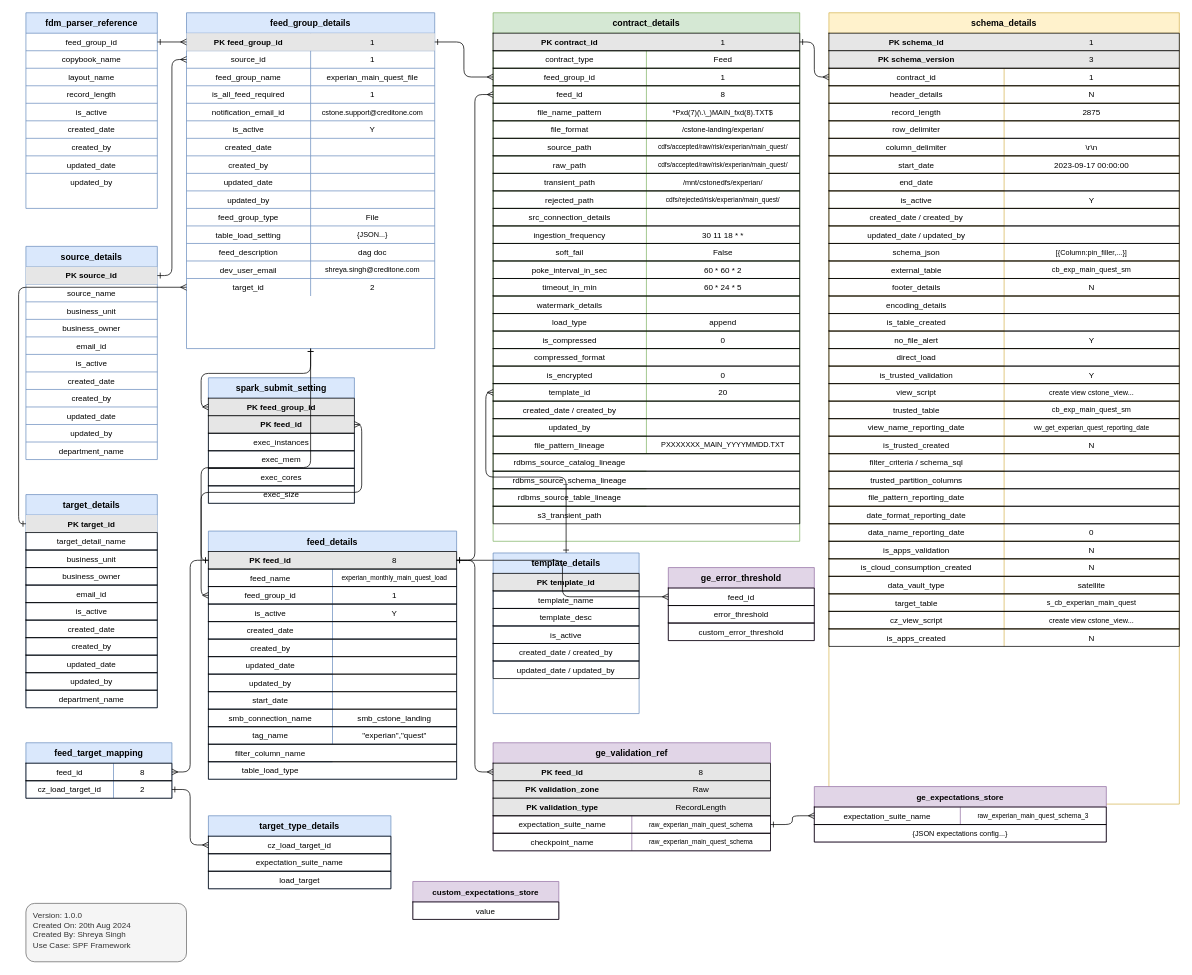
This is spf_framework_erd.drawio from yuv4r4j/feast_patch, a draw.io file, before an edit. Source tidied: cells renumbered, new cells numbered last; positions are measured from the earlier drawing's top-left corner, leaving out a move shared by most shapes. Both pictures are drawn from the tidied source at 73%, with x=0, y=0 at pixel (26, 12).
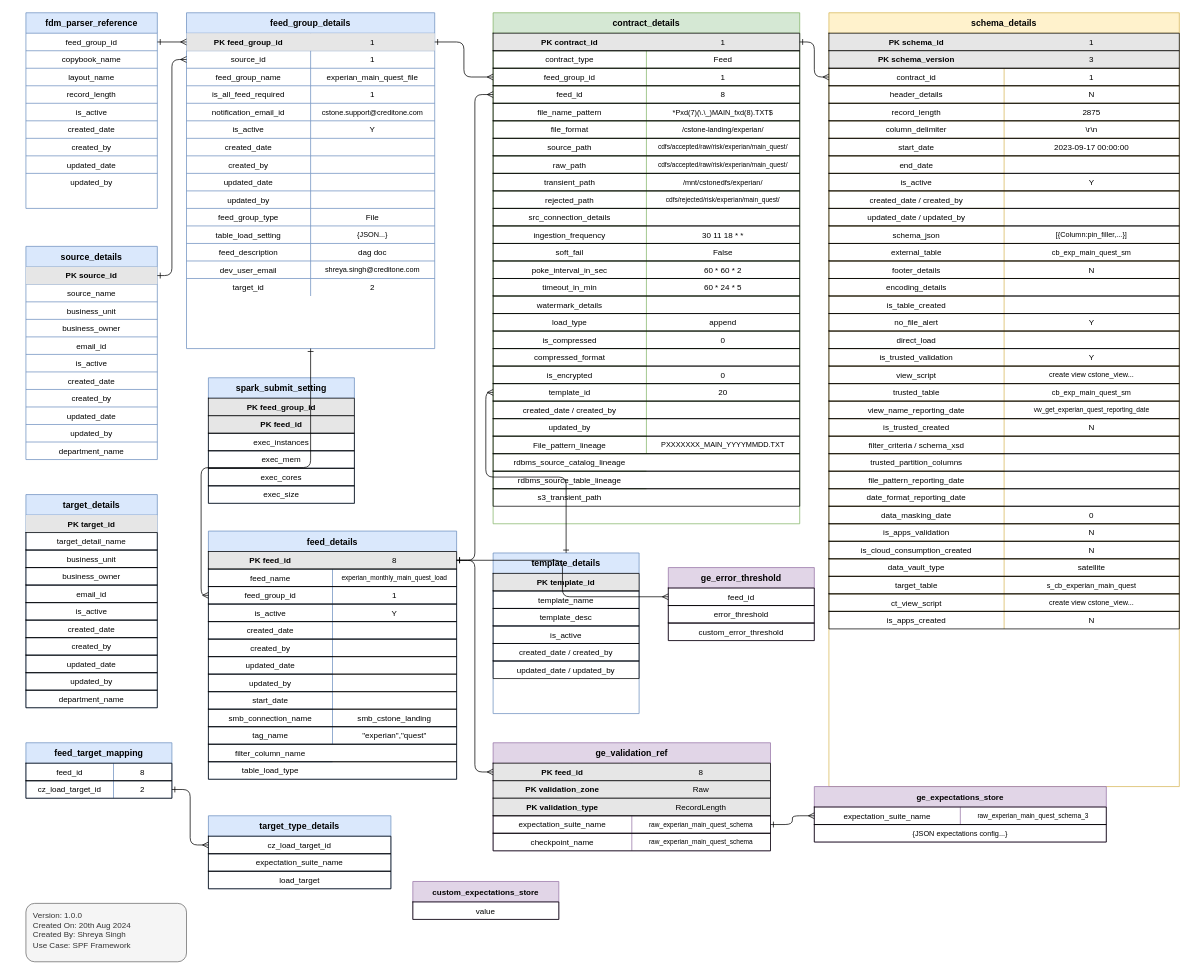
After the change.

Unchanged cells that the change refers to:
```xml
<mxCell id="21" value="feed_group_details" style="shape=table;startSize=28;childLayout=tableLayout;rowLines=1;fontStyle=1;align=center;fontSize=12;fillColor=#dae8fc;strokeColor=#6c8ebf;" parent="1" vertex="1">
  <mxGeometry x="220" width="340" height="460" as="geometry" />
</mxCell>
<mxCell id="64" style="shape=tableRow;horizontal=0;startSize=0;swimlaneHead=0;swimlaneBody=0;fillColor=none;points=[[0,0.5],[1,0.5]];portConstraint=eastwest;fontSize=11;top=0;left=0;right=0;bottom=0;" parent="21" vertex="1">
  <mxGeometry y="364" width="340" height="24" as="geometry" />
</mxCell>
<mxCell id="91" style="shape=tableRow;horizontal=0;startSize=0;swimlaneHead=0;swimlaneBody=0;fillColor=#e6e6e6;points=[[0,0.5],[1,0.5]];portConstraint=eastwest;fontSize=11;top=0;left=0;right=0;bottom=0;" parent="90" vertex="1">
  <mxGeometry y="28" width="180" height="24" as="geometry" />
</mxCell>
<mxCell id="114" style="shape=tableRow;horizontal=0;startSize=0;swimlaneHead=0;swimlaneBody=0;fillColor=none;points=[[0,0.5],[1,0.5]];portConstraint=eastwest;fontSize=11;" parent="113" vertex="1">
  <mxGeometry y="28" width="200" height="24" as="geometry" />
</mxCell>
<mxCell id="121" style="shape=tableRow;horizontal=0;startSize=0;swimlaneHead=0;swimlaneBody=0;fillColor=#e6e6e6;points=[[0,0.5],[1,0.5]];portConstraint=eastwest;fontSize=11;" parent="120" vertex="1">
  <mxGeometry y="28" width="200" height="24" as="geometry" />
</mxCell>
<mxCell id="123" style="shape=tableRow;horizontal=0;startSize=0;swimlaneHead=0;swimlaneBody=0;fillColor=#e6e6e6;points=[[0,0.5],[1,0.5]];portConstraint=eastwest;fontSize=11;" parent="120" vertex="1">
  <mxGeometry y="52" width="200" height="24" as="geometry" />
</mxCell>
<mxCell id="134" style="shape=tableRow;horizontal=0;startSize=0;swimlaneHead=0;swimlaneBody=0;fillColor=#e6e6e6;points=[[0,0.5],[1,0.5]];portConstraint=eastwest;fontSize=11;" parent="133" vertex="1">
  <mxGeometry y="28" width="340" height="24" as="geometry" />
</mxCell>
<mxCell id="232" style="shape=tableRow;horizontal=0;startSize=0;swimlaneHead=0;swimlaneBody=0;fillColor=none;fontSize=11;" parent="167" vertex="1">
  <mxGeometry y="580" width="420" height="24" as="geometry" />
</mxCell>
```

Diff of the diagram source:
```diff
@@
     <mxCell id="167" value="contract_details" style="shape=table;startSize=28;childLayout=tableLayout;rowLines=1;fontStyle=1;align=center;fontSize=12;fillColor=#d5e8d4;strokeColor=#82b366;" parent="1" vertex="1">
-      <mxGeometry x="640" width="420" height="724" as="geometry" />
+      <mxGeometry x="640" width="420" height="700" as="geometry" />
     </mxCell>
@@
-    <mxCell id="233" value="file_pattern_lineage" style="shape=partialRectangle;fillColor=none;top=0;left=0;bottom=0;right=0;fontSize=11;" parent="232" vertex="1">
+    <mxCell id="233" value="File_pattern_lineage" style="shape=partialRectangle;fillColor=none;top=0;left=0;bottom=0;right=0;fontSize=11;" parent="232" vertex="1">
       <mxGeometry width="210" height="24" as="geometry" />
     </mxCell>
@@
-    <mxCell id="237" style="shape=tableRow;horizontal=0;startSize=0;swimlaneHead=0;swimlaneBody=0;fillColor=none;fontSize=11;" parent="167" vertex="1">
-      <mxGeometry y="628" width="420" height="24" as="geometry" />
-    </mxCell>
-    <mxCell id="238" value="rdbms_source_schema_lineage" style="shape=partialRectangle;fillColor=none;top=0;left=0;bottom=0;right=0;fontSize=11;" parent="237" vertex="1">
-      <mxGeometry width="210" height="24" as="geometry" />
-    </mxCell>
     <mxCell id="239" style="shape=tableRow;horizontal=0;startSize=0;swimlaneHead=0;swimlaneBody=0;fillColor=none;fontSize=11;" parent="167" vertex="1">
-      <mxGeometry y="652" width="420" height="24" as="geometry" />
+      <mxGeometry y="628" width="420" height="24" as="geometry" />
     </mxCell>
@@
     <mxCell id="241" style="shape=tableRow;horizontal=0;startSize=0;swimlaneHead=0;swimlaneBody=0;fillColor=none;fontSize=11;" parent="167" vertex="1">
-      <mxGeometry y="676" width="420" height="24" as="geometry" />
+      <mxGeometry y="652" width="420" height="24" as="geometry" />
     </mxCell>
@@
     <mxCell id="243" value="schema_details" style="shape=table;startSize=28;childLayout=tableLayout;rowLines=1;fontStyle=1;align=center;fontSize=12;fillColor=#fff2cc;strokeColor=#d6b656;" parent="1" vertex="1">
-      <mxGeometry x="1100" width="480" height="1084" as="geometry" />
+      <mxGeometry x="1100" width="480" height="1060" as="geometry" />
     </mxCell>
@@
-    <mxCell id="259" style="shape=tableRow;horizontal=0;startSize=0;swimlaneHead=0;swimlaneBody=0;fillColor=none;fontSize=11;" parent="243" vertex="1">
-      <mxGeometry y="148" width="480" height="24" as="geometry" />
-    </mxCell>
-    <mxCell id="260" value="row_delimiter" style="shape=partialRectangle;fillColor=none;top=0;left=0;bottom=0;right=0;fontSize=11;" parent="259" vertex="1">
-      <mxGeometry width="240" height="24" as="geometry" />
-    </mxCell>
     <mxCell id="261" style="shape=tableRow;horizontal=0;startSize=0;swimlaneHead=0;swimlaneBody=0;fillColor=none;fontSize=11;" parent="243" vertex="1">
-      <mxGeometry y="172" width="480" height="24" as="geometry" />
+      <mxGeometry y="148" width="480" height="24" as="geometry" />
     </mxCell>
@@
     <mxCell id="264" style="shape=tableRow;horizontal=0;startSize=0;swimlaneHead=0;swimlaneBody=0;fillColor=none;fontSize=11;" parent="243" vertex="1">
-      <mxGeometry y="196" width="480" height="24" as="geometry" />
+      <mxGeometry y="172" width="480" height="24" as="geometry" />
     </mxCell>
@@
     <mxCell id="267" style="shape=tableRow;horizontal=0;startSize=0;swimlaneHead=0;swimlaneBody=0;fillColor=none;fontSize=11;" parent="243" vertex="1">
-      <mxGeometry y="220" width="480" height="24" as="geometry" />
+      <mxGeometry y="196" width="480" height="24" as="geometry" />
     </mxCell>
@@
     <mxCell id="269" style="shape=tableRow;horizontal=0;startSize=0;swimlaneHead=0;swimlaneBody=0;fillColor=none;fontSize=11;" parent="243" vertex="1">
-      <mxGeometry y="244" width="480" height="24" as="geometry" />
+      <mxGeometry y="220" width="480" height="24" as="geometry" />
     </mxCell>
@@
     <mxCell id="272" style="shape=tableRow;horizontal=0;startSize=0;swimlaneHead=0;swimlaneBody=0;fillColor=none;fontSize=11;" parent="243" vertex="1">
-      <mxGeometry y="268" width="480" height="24" as="geometry" />
+      <mxGeometry y="244" width="480" height="24" as="geometry" />
     </mxCell>
@@
     <mxCell id="274" style="shape=tableRow;horizontal=0;startSize=0;swimlaneHead=0;swimlaneBody=0;fillColor=none;fontSize=11;" parent="243" vertex="1">
-      <mxGeometry y="292" width="480" height="24" as="geometry" />
+      <mxGeometry y="268" width="480" height="24" as="geometry" />
     </mxCell>
@@
     <mxCell id="276" style="shape=tableRow;horizontal=0;startSize=0;swimlaneHead=0;swimlaneBody=0;fillColor=none;fontSize=11;" parent="243" vertex="1">
-      <mxGeometry y="316" width="480" height="24" as="geometry" />
+      <mxGeometry y="292" width="480" height="24" as="geometry" />
     </mxCell>
@@
     <mxCell id="279" style="shape=tableRow;horizontal=0;startSize=0;swimlaneHead=0;swimlaneBody=0;fillColor=none;fontSize=11;" parent="243" vertex="1">
-      <mxGeometry y="340" width="480" height="24" as="geometry" />
+      <mxGeometry y="316" width="480" height="24" as="geometry" />
     </mxCell>
@@
     <mxCell id="282" style="shape=tableRow;horizontal=0;startSize=0;swimlaneHead=0;swimlaneBody=0;fillColor=none;fontSize=11;" parent="243" vertex="1">
-      <mxGeometry y="364" width="480" height="24" as="geometry" />
+      <mxGeometry y="340" width="480" height="24" as="geometry" />
     </mxCell>
@@
     <mxCell id="285" style="shape=tableRow;horizontal=0;startSize=0;swimlaneHead=0;swimlaneBody=0;fillColor=none;fontSize=11;" parent="243" vertex="1">
-      <mxGeometry y="388" width="480" height="24" as="geometry" />
+      <mxGeometry y="364" width="480" height="24" as="geometry" />
     </mxCell>
@@
     <mxCell id="287" style="shape=tableRow;horizontal=0;startSize=0;swimlaneHead=0;swimlaneBody=0;fillColor=none;fontSize=11;" parent="243" vertex="1">
-      <mxGeometry y="412" width="480" height="24" as="geometry" />
+      <mxGeometry y="388" width="480" height="24" as="geometry" />
     </mxCell>
@@
     <mxCell id="289" style="shape=tableRow;horizontal=0;startSize=0;swimlaneHead=0;swimlaneBody=0;fillColor=none;fontSize=11;" parent="243" vertex="1">
-      <mxGeometry y="436" width="480" height="24" as="geometry" />
+      <mxGeometry y="412" width="480" height="24" as="geometry" />
     </mxCell>
@@
     <mxCell id="292" style="shape=tableRow;horizontal=0;startSize=0;swimlaneHead=0;swimlaneBody=0;fillColor=none;fontSize=11;" parent="243" vertex="1">
-      <mxGeometry y="460" width="480" height="24" as="geometry" />
+      <mxGeometry y="436" width="480" height="24" as="geometry" />
     </mxCell>
@@
     <mxCell id="294" style="shape=tableRow;horizontal=0;startSize=0;swimlaneHead=0;swimlaneBody=0;fillColor=none;fontSize=11;" parent="243" vertex="1">
-      <mxGeometry y="484" width="480" height="24" as="geometry" />
+      <mxGeometry y="460" width="480" height="24" as="geometry" />
     </mxCell>
@@
     <mxCell id="297" style="shape=tableRow;horizontal=0;startSize=0;swimlaneHead=0;swimlaneBody=0;fillColor=none;fontSize=11;" parent="243" vertex="1">
-      <mxGeometry y="508" width="480" height="24" as="geometry" />
+      <mxGeometry y="484" width="480" height="24" as="geometry" />
     </mxCell>
@@
     <mxCell id="300" style="shape=tableRow;horizontal=0;startSize=0;swimlaneHead=0;swimlaneBody=0;fillColor=none;fontSize=11;" parent="243" vertex="1">
-      <mxGeometry y="532" width="480" height="24" as="geometry" />
+      <mxGeometry y="508" width="480" height="24" as="geometry" />
     </mxCell>
@@
     <mxCell id="303" style="shape=tableRow;horizontal=0;startSize=0;swimlaneHead=0;swimlaneBody=0;fillColor=none;fontSize=11;" parent="243" vertex="1">
-      <mxGeometry y="556" width="480" height="24" as="geometry" />
+      <mxGeometry y="532" width="480" height="24" as="geometry" />
     </mxCell>
@@
     <mxCell id="306" style="shape=tableRow;horizontal=0;startSize=0;swimlaneHead=0;swimlaneBody=0;fillColor=none;fontSize=11;" parent="243" vertex="1">
-      <mxGeometry y="580" width="480" height="24" as="geometry" />
+      <mxGeometry y="556" width="480" height="24" as="geometry" />
     </mxCell>
@@
     <mxCell id="309" style="shape=tableRow;horizontal=0;startSize=0;swimlaneHead=0;swimlaneBody=0;fillColor=none;fontSize=11;" parent="243" vertex="1">
-      <mxGeometry y="604" width="480" height="24" as="geometry" />
+      <mxGeometry y="580" width="480" height="24" as="geometry" />
     </mxCell>
-    <mxCell id="310" value="filter_criteria / schema_sql" style="shape=partialRectangle;fillColor=none;top=0;left=0;bottom=0;right=0;fontSize=11;" parent="309" vertex="1">
+    <mxCell id="310" value="filter_criteria / schema_xsd" style="shape=partialRectangle;fillColor=none;top=0;left=0;bottom=0;right=0;fontSize=11;" parent="309" vertex="1">
       <mxGeometry width="240" height="24" as="geometry" />
     </mxCell>
     <mxCell id="311" style="shape=tableRow;horizontal=0;startSize=0;swimlaneHead=0;swimlaneBody=0;fillColor=none;fontSize=11;" parent="243" vertex="1">
-      <mxGeometry y="628" width="480" height="24" as="geometry" />
+      <mxGeometry y="604" width="480" height="24" as="geometry" />
     </mxCell>
@@
     <mxCell id="313" style="shape=tableRow;horizontal=0;startSize=0;swimlaneHead=0;swimlaneBody=0;fillColor=none;fontSize=11;" parent="243" vertex="1">
-      <mxGeometry y="652" width="480" height="24" as="geometry" />
+      <mxGeometry y="628" width="480" height="24" as="geometry" />
     </mxCell>
@@
     <mxCell id="315" style="shape=tableRow;horizontal=0;startSize=0;swimlaneHead=0;swimlaneBody=0;fillColor=none;fontSize=11;" parent="243" vertex="1">
-      <mxGeometry y="676" width="480" height="24" as="geometry" />
+      <mxGeometry y="652" width="480" height="24" as="geometry" />
     </mxCell>
@@
     <mxCell id="317" style="shape=tableRow;horizontal=0;startSize=0;swimlaneHead=0;swimlaneBody=0;fillColor=none;fontSize=11;" parent="243" vertex="1">
-      <mxGeometry y="700" width="480" height="24" as="geometry" />
+      <mxGeometry y="676" width="480" height="24" as="geometry" />
     </mxCell>
-    <mxCell id="318" value="data_name_reporting_date" style="shape=partialRectangle;fillColor=none;top=0;left=0;bottom=0;right=0;fontSize=11;" parent="317" vertex="1">
+    <mxCell id="318" value="data_masking_date" style="shape=partialRectangle;fillColor=none;top=0;left=0;bottom=0;right=0;fontSize=11;" parent="317" vertex="1">
       <mxGeometry width="240" height="24" as="geometry" />
     </mxCell>
@@
     <mxCell id="320" style="shape=tableRow;horizontal=0;startSize=0;swimlaneHead=0;swimlaneBody=0;fillColor=none;fontSize=11;" parent="243" vertex="1">
-      <mxGeometry y="724" width="480" height="24" as="geometry" />
+      <mxGeometry y="700" width="480" height="24" as="geometry" />
     </mxCell>
@@
     <mxCell id="323" style="shape=tableRow;horizontal=0;startSize=0;swimlaneHead=0;swimlaneBody=0;fillColor=none;fontSize=11;" parent="243" vertex="1">
-      <mxGeometry y="748" width="480" height="24" as="geometry" />
+      <mxGeometry y="724" width="480" height="24" as="geometry" />
     </mxCell>
@@
     <mxCell id="326" style="shape=tableRow;horizontal=0;startSize=0;swimlaneHead=0;swimlaneBody=0;fillColor=none;fontSize=11;" parent="243" vertex="1">
-      <mxGeometry y="772" width="480" height="24" as="geometry" />
+      <mxGeometry y="748" width="480" height="24" as="geometry" />
     </mxCell>
@@
     <mxCell id="329" style="shape=tableRow;horizontal=0;startSize=0;swimlaneHead=0;swimlaneBody=0;fillColor=none;fontSize=11;" parent="243" vertex="1">
-      <mxGeometry y="796" width="480" height="24" as="geometry" />
+      <mxGeometry y="772" width="480" height="24" as="geometry" />
     </mxCell>
@@
     <mxCell id="332" style="shape=tableRow;horizontal=0;startSize=0;swimlaneHead=0;swimlaneBody=0;fillColor=none;fontSize=11;" parent="243" vertex="1">
-      <mxGeometry y="820" width="480" height="24" as="geometry" />
+      <mxGeometry y="796" width="480" height="24" as="geometry" />
     </mxCell>
-    <mxCell id="333" value="cz_view_script" style="shape=partialRectangle;fillColor=none;top=0;left=0;bottom=0;right=0;fontSize=11;" parent="332" vertex="1">
+    <mxCell id="333" value="ct_view_script" style="shape=partialRectangle;fillColor=none;top=0;left=0;bottom=0;right=0;fontSize=11;" parent="332" vertex="1">
       <mxGeometry width="240" height="24" as="geometry" />
     </mxCell>
@@
     <mxCell id="335" style="shape=tableRow;horizontal=0;startSize=0;swimlaneHead=0;swimlaneBody=0;fillColor=none;fontSize=11;" parent="243" vertex="1">
-      <mxGeometry y="844" width="480" height="24" as="geometry" />
+      <mxGeometry y="820" width="480" height="24" as="geometry" />
     </mxCell>
@@
-    <mxCell id="401" style="edgeStyle=orthogonalEdgeStyle;rounded=1;jetSize=auto;exitX=0;exitY=0.5;exitDx=0;exitDy=0;entryX=0;entryY=0.5;entryDx=0;entryDy=0;endArrow=ERone;endFill=0;startArrow=ERmany;startFill=0;" parent="1" edge="1" source="64" target="91">
-      <mxGeometry relative="1" as="geometry" />
-    </mxCell>
-    <mxCell id="402" style="edgeStyle=orthogonalEdgeStyle;rounded=1;jetSize=auto;exitX=0;exitY=0.5;exitDx=0;exitDy=0;entryX=0.5;entryY=1;entryDx=0;entryDy=0;endArrow=ERone;endFill=0;startArrow=ERmany;startFill=0;" parent="1" edge="1" source="121" target="21">
-      <mxGeometry relative="1" as="geometry" />
-    </mxCell>
-    <mxCell id="403" style="edgeStyle=orthogonalEdgeStyle;rounded=1;jetSize=auto;exitX=1;exitY=0.5;exitDx=0;exitDy=0;entryX=0;entryY=0.5;entryDx=0;entryDy=0;endArrow=ERone;endFill=0;startArrow=ERmany;startFill=0;" parent="1" edge="1" source="123" target="134">
-      <mxGeometry relative="1" as="geometry" />
-    </mxCell>
-    <mxCell id="404" style="edgeStyle=orthogonalEdgeStyle;rounded=1;jetSize=auto;exitX=1;exitY=0.5;exitDx=0;exitDy=0;entryX=0;entryY=0.5;entryDx=0;entryDy=0;endArrow=ERone;endFill=0;startArrow=ERmany;startFill=0;" parent="1" edge="1" source="114" target="134">
-      <mxGeometry relative="1" as="geometry" />
-    </mxCell>
```
